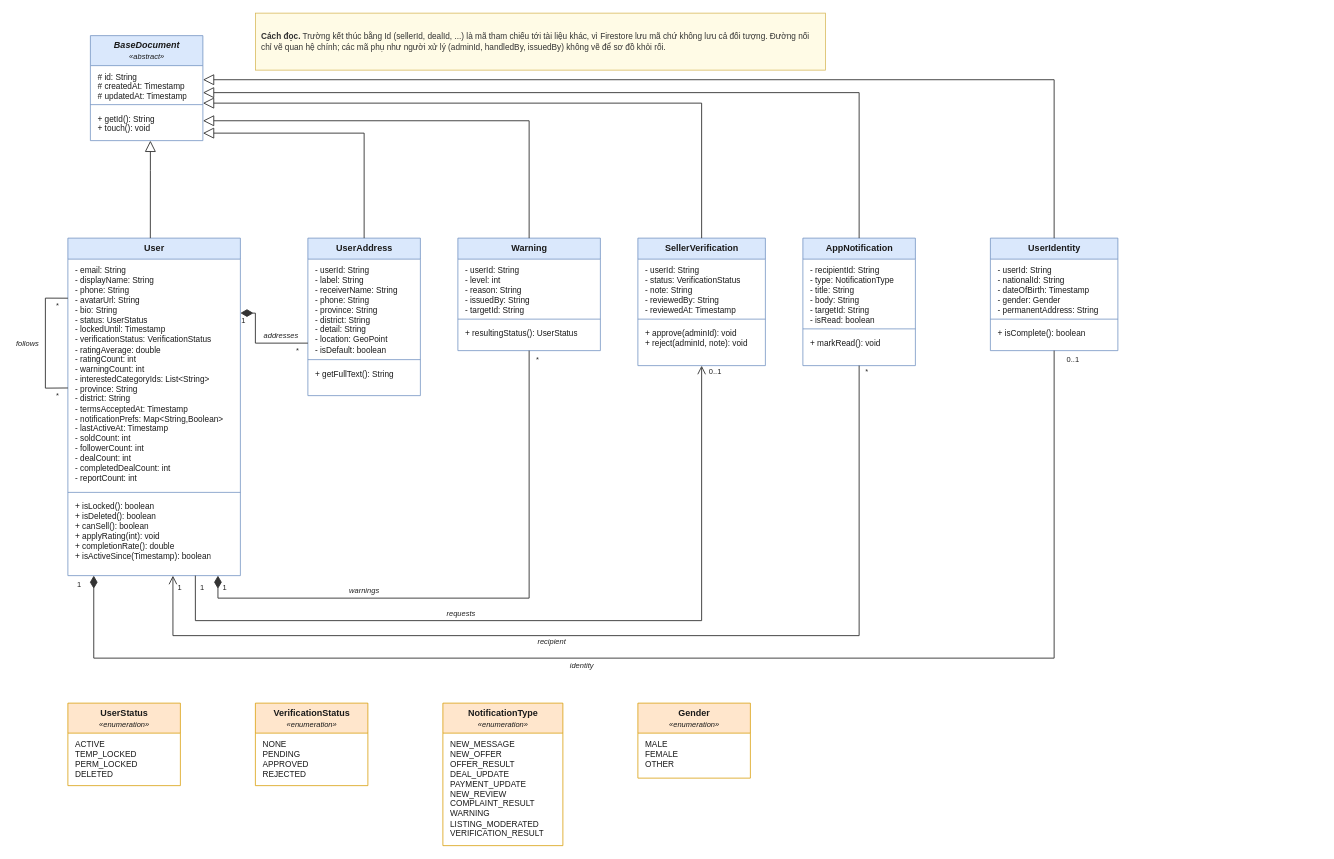
tahpnart8/NHOM3-MobileApp keeps this draw.io diagram as page "1. Người dùng" (2 of 8) of workflow/docs/diagrams/so-do-lop/class-diagram.drawio. Above is the earlier version. Source tidied: cells renumbered, new cells numbered last; positions are measured from the earlier drawing's top-left corner, leaving out a move shared by most shapes. Both pictures are drawn from the tidied source at 75%, with x=0, y=0 at pixel (13, 13).
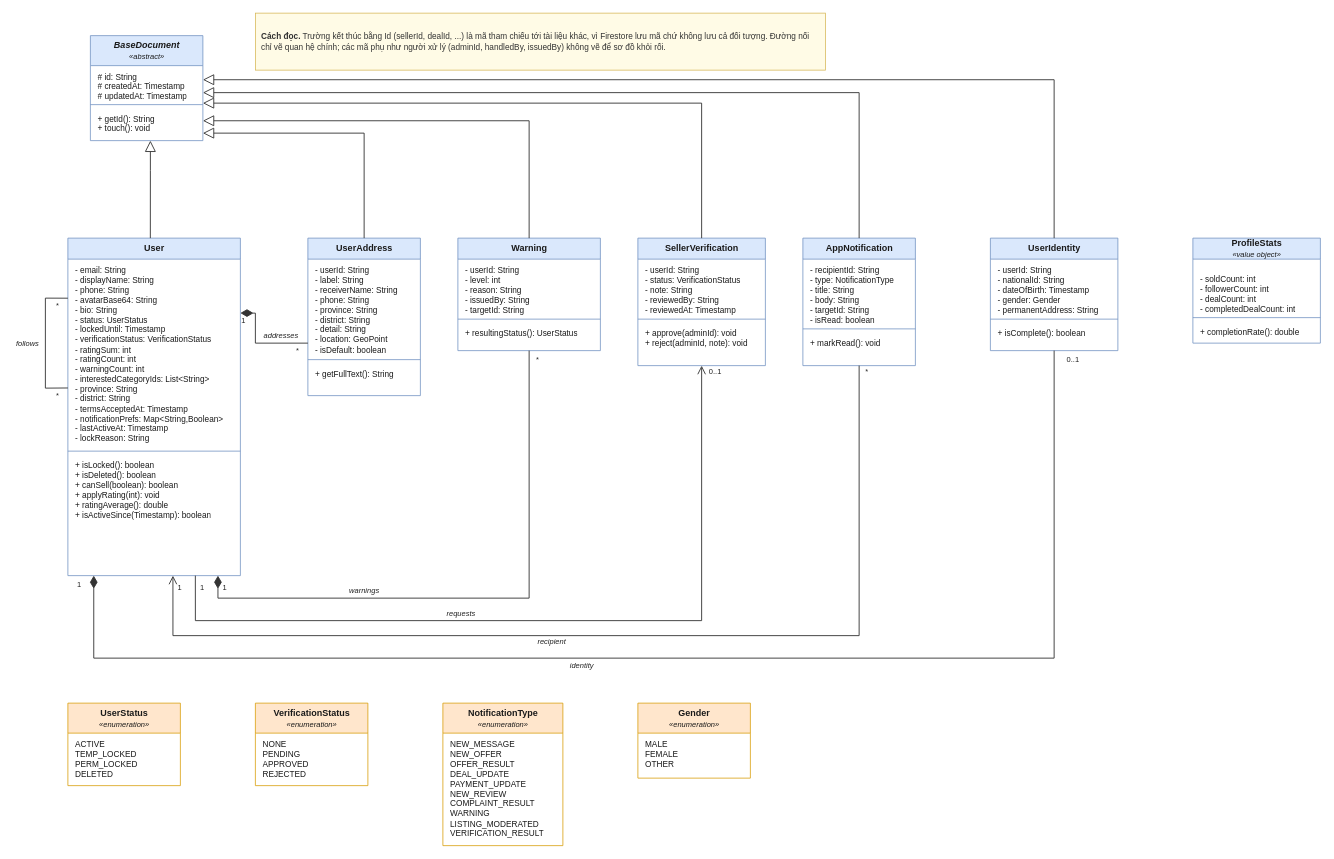
The same page after the edit.

The change refers to these unchanged cells:
```xml
<mxCell id="6" value="&lt;b&gt;User&lt;/b&gt;" style="swimlane;fontStyle=0;horizontal=1;startSize=28;fillColor=#DAE8FC;strokeColor=#6C8EBF;swimlaneFillColor=#FFFFFF;html=1;whiteSpace=nowrap;fontSize=12;fontFamily=Helvetica;fontColor=#1A1A1A;" parent="1" vertex="1">
  <mxGeometry x="73" y="300" width="230" height="450" as="geometry" />
</mxCell>
```

The edit, as a diff of the source:
```diff
@@
-    <mxCell id="53" value="- email: String&lt;br&gt;- displayName: String&lt;br&gt;- phone: String&lt;br&gt;- avatarUrl: String&lt;br&gt;- bio: String&lt;br&gt;- status: UserStatus&lt;br&gt;- lockedUntil: Timestamp&lt;br&gt;- verificationStatus: VerificationStatus&lt;br&gt;- ratingAverage: double&lt;br&gt;- ratingCount: int&lt;br&gt;- warningCount: int&lt;br&gt;- interestedCategoryIds: List&amp;lt;String&amp;gt;&lt;br&gt;- province: String&lt;br&gt;- district: String&lt;br&gt;- termsAcceptedAt: Timestamp&lt;br&gt;- notificationPrefs: Map&amp;lt;String,Boolean&amp;gt;&lt;br&gt;- lastActiveAt: Timestamp&lt;br&gt;- soldCount: int&lt;br&gt;- followerCount: int&lt;br&gt;- dealCount: int&lt;br&gt;- completedDealCount: int&lt;br&gt;- reportCount: int" style="text;strokeColor=none;fillColor=none;align=left;verticalAlign=top;spacingLeft=8;spacingRight=4;spacingTop=2;overflow=hidden;html=1;whiteSpace=nowrap;fontSize=11;fontFamily=Helvetica;fontColor=#1A1A1A;" parent="6" vertex="1">
-      <mxGeometry y="28" width="230" height="307" as="geometry" />
-    </mxCell>
-    <mxCell id="54" style="line;strokeWidth=1;fillColor=none;align=left;verticalAlign=middle;html=1;strokeColor=#6C8EBF;" parent="6" vertex="1">
-      <mxGeometry y="335" width="230" height="8" as="geometry" />
-    </mxCell>
-    <mxCell id="55" value="+ isLocked(): boolean&lt;br&gt;+ isDeleted(): boolean&lt;br&gt;+ canSell(): boolean&lt;br&gt;+ applyRating(int): void&lt;br&gt;+ completionRate(): double&lt;br&gt;+ isActiveSince(Timestamp): boolean" style="text;strokeColor=none;fillColor=none;align=left;verticalAlign=top;spacingLeft=8;spacingRight=4;spacingTop=2;overflow=hidden;html=1;whiteSpace=nowrap;fontSize=11;fontFamily=Helvetica;fontColor=#1A1A1A;" parent="6" vertex="1">
-      <mxGeometry y="343" width="230" height="89" as="geometry" />
-    </mxCell>
@@
+    <mxCell id="53" value="- email: String&lt;br&gt;- displayName: String&lt;br&gt;- phone: String&lt;br&gt;- avatarBase64: String&lt;br&gt;- bio: String&lt;br&gt;- status: UserStatus&lt;br&gt;- lockedUntil: Timestamp&lt;br&gt;- verificationStatus: VerificationStatus&lt;br&gt;- ratingSum: int&lt;br&gt;- ratingCount: int&lt;br&gt;- warningCount: int&lt;br&gt;- interestedCategoryIds: List&amp;lt;String&amp;gt;&lt;br&gt;- province: String&lt;br&gt;- district: String&lt;br&gt;- termsAcceptedAt: Timestamp&lt;br&gt;- notificationPrefs: Map&amp;lt;String,Boolean&amp;gt;&lt;br&gt;- lastActiveAt: Timestamp&lt;br&gt;- lockReason: String" style="text;strokeColor=none;fillColor=none;align=left;verticalAlign=top;spacingLeft=8;spacingRight=4;spacingTop=2;overflow=hidden;html=1;whiteSpace=nowrap;fontSize=11;fontFamily=Helvetica;fontColor=#1A1A1A;" parent="6" vertex="1">
+      <mxGeometry y="28" width="230" height="252" as="geometry" />
+    </mxCell>
+    <mxCell id="54" style="line;strokeWidth=1;fillColor=none;align=left;verticalAlign=middle;html=1;strokeColor=#6C8EBF;" parent="6" vertex="1">
+      <mxGeometry y="280" width="230" height="8" as="geometry" />
+    </mxCell>
+    <mxCell id="55" value="+ isLocked(): boolean&lt;br&gt;+ isDeleted(): boolean&lt;br&gt;+ canSell(boolean): boolean&lt;br&gt;+ applyRating(int): void&lt;br&gt;+ ratingAverage(): double&lt;br&gt;+ isActiveSince(Timestamp): boolean" style="text;strokeColor=none;fillColor=none;align=left;verticalAlign=top;spacingLeft=8;spacingRight=4;spacingTop=2;overflow=hidden;html=1;whiteSpace=nowrap;fontSize=11;fontFamily=Helvetica;fontColor=#1A1A1A;" parent="6" vertex="1">
+      <mxGeometry y="288" width="230" height="89" as="geometry" />
+    </mxCell>
+    <mxCell id="69" value="&lt;b&gt;ProfileStats&lt;/b&gt;&lt;br&gt;&lt;i style=&quot;font-size:10px&quot;&gt;«value object»&lt;/i&gt;" style="swimlane;fontStyle=0;horizontal=1;startSize=28;fillColor=#DAE8FC;strokeColor=#6C8EBF;swimlaneFillColor=#FFFFFF;html=1;whiteSpace=nowrap;fontSize=12;fontFamily=Helvetica;fontColor=#1A1A1A;" parent="1" vertex="1">
+      <mxGeometry x="1573" y="300" width="170" height="140" as="geometry" />
+    </mxCell>
+    <mxCell id="70" value="- soldCount: int&lt;br&gt;- followerCount: int&lt;br&gt;- dealCount: int&lt;br&gt;- completedDealCount: int" style="text;strokeColor=none;fillColor=none;align=left;verticalAlign=top;spacingLeft=8;spacingRight=4;spacingTop=2;overflow=hidden;html=1;whiteSpace=nowrap;fontSize=11;fontFamily=Helvetica;fontColor=#1A1A1A;" parent="69" vertex="1">
+      <mxGeometry y="40" width="170" height="62" as="geometry" />
+    </mxCell>
+    <mxCell id="71" style="line;strokeWidth=1;fillColor=none;align=left;verticalAlign=middle;html=1;strokeColor=#6C8EBF;" parent="69" vertex="1">
+      <mxGeometry y="102" width="170" height="8" as="geometry" />
+    </mxCell>
+    <mxCell id="72" value="+ completionRate(): double" style="text;strokeColor=none;fillColor=none;align=left;verticalAlign=top;spacingLeft=8;spacingRight=4;spacingTop=2;overflow=hidden;html=1;whiteSpace=nowrap;fontSize=11;fontFamily=Helvetica;fontColor=#1A1A1A;" parent="69" vertex="1">
+      <mxGeometry y="110" width="170" height="21" as="geometry" />
+    </mxCell>
```
